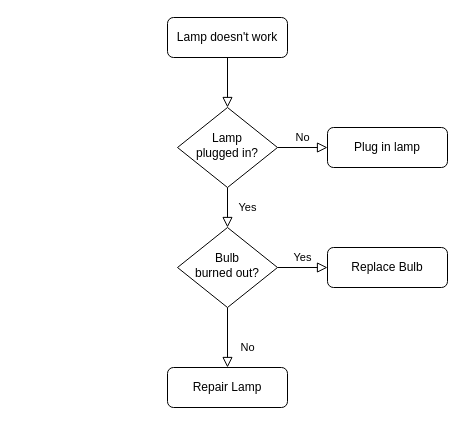
Earlier version of the draw.io diagram draft/modflood.drawio (AminSeffo/Micromouse). Source tidied: cells renumbered, new cells numbered last; positions are measured from the earlier drawing's top-left corner, leaving out a move shared by most shapes. Both pictures are drawn from the tidied source at 100%, with x=0, y=0 at pixel (167, 17).
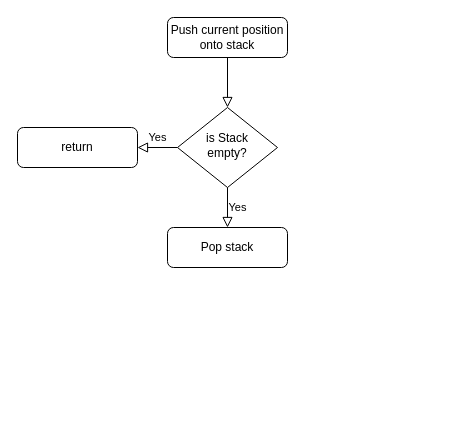
The same diagram, later.

What changed in the source:
```diff
@@
 <mxGraphModel>
   <root>
     <mxCell id="0" />
     <mxCell id="1" parent="0" />
     <mxCell id="2" style="rounded=0;html=1;jettySize=auto;fontSize=11;endArrow=block;endFill=0;endSize=8;strokeWidth=1;shadow=0;labelBackgroundColor=none;edgeStyle=orthogonalEdgeStyle;" parent="1" edge="1" source="3" target="6">
       <mxGeometry relative="1" as="geometry" />
     </mxCell>
-    <mxCell id="3" value="Lamp doesn't work" style="rounded=1;whiteSpace=wrap;html=1;fontSize=12;glass=0;strokeWidth=1;shadow=0;" parent="1" vertex="1">
+    <mxCell id="3" value="Push current position onto stack" style="rounded=1;whiteSpace=wrap;html=1;fontSize=12;glass=0;strokeWidth=1;shadow=0;" parent="1" vertex="1">
       <mxGeometry width="120" height="40" as="geometry" />
     </mxCell>
-    <mxCell id="4" value="Yes" style="rounded=0;html=1;jettySize=auto;fontSize=11;endArrow=block;endFill=0;endSize=8;strokeWidth=1;shadow=0;labelBackgroundColor=none;edgeStyle=orthogonalEdgeStyle;" parent="1" edge="1" source="6" target="10">
-      <mxGeometry y="20" relative="1" as="geometry" />
-    </mxCell>
-    <mxCell id="5" value="No" style="edgeStyle=orthogonalEdgeStyle;rounded=0;html=1;jettySize=auto;fontSize=11;endArrow=block;endFill=0;endSize=8;strokeWidth=1;shadow=0;labelBackgroundColor=none;" parent="1" edge="1" source="6" target="7">
-      <mxGeometry y="10" relative="1" as="geometry" />
+    <mxCell id="5" value="Yes" style="edgeStyle=orthogonalEdgeStyle;rounded=0;html=1;jettySize=auto;fontSize=11;endArrow=block;endFill=0;endSize=8;strokeWidth=1;shadow=0;labelBackgroundColor=none;" parent="1" edge="1" source="6" target="7">
+      <mxGeometry y="-10" relative="1" as="geometry" />
     </mxCell>
-    <mxCell id="6" value="Lamp&lt;br&gt;plugged in?" style="rhombus;whiteSpace=wrap;html=1;shadow=0;fontFamily=Helvetica;fontSize=12;align=center;strokeWidth=1;spacing=6;spacingTop=-4;" parent="1" vertex="1">
+    <mxCell id="6" value="is Stack &lt;br&gt;empty?" style="rhombus;whiteSpace=wrap;html=1;shadow=0;fontFamily=Helvetica;fontSize=12;align=center;strokeWidth=1;spacing=6;spacingTop=-4;" parent="1" vertex="1">
       <mxGeometry x="10" y="90" width="100" height="80" as="geometry" />
     </mxCell>
-    <mxCell id="7" value="Plug in lamp" style="rounded=1;whiteSpace=wrap;html=1;fontSize=12;glass=0;strokeWidth=1;shadow=0;" parent="1" vertex="1">
-      <mxGeometry x="160" y="110" width="120" height="40" as="geometry" />
+    <mxCell id="7" value="return" style="rounded=1;whiteSpace=wrap;html=1;fontSize=12;glass=0;strokeWidth=1;shadow=0;" parent="1" vertex="1">
+      <mxGeometry x="-150" y="110" width="120" height="40" as="geometry" />
     </mxCell>
-    <mxCell id="8" value="No" style="rounded=0;html=1;jettySize=auto;fontSize=11;endArrow=block;endFill=0;endSize=8;strokeWidth=1;shadow=0;labelBackgroundColor=none;edgeStyle=orthogonalEdgeStyle;" parent="1" edge="1" source="10" target="11">
-      <mxGeometry x="0.33" y="20" relative="1" as="geometry" />
-    </mxCell>
-    <mxCell id="9" value="Yes" style="edgeStyle=orthogonalEdgeStyle;rounded=0;html=1;jettySize=auto;fontSize=11;endArrow=block;endFill=0;endSize=8;strokeWidth=1;shadow=0;labelBackgroundColor=none;" parent="1" edge="1" source="10" target="12">
+    <mxCell id="9" value="Yes" style="edgeStyle=orthogonalEdgeStyle;rounded=0;html=1;jettySize=auto;fontSize=11;endArrow=block;endFill=0;endSize=8;strokeWidth=1;shadow=0;labelBackgroundColor=none;exitX=0.5;exitY=1;exitDx=0;exitDy=0;" parent="1" edge="1" source="6" target="12">
       <mxGeometry y="10" relative="1" as="geometry" />
     </mxCell>
-    <mxCell id="10" value="Bulb&lt;br&gt;burned out?" style="rhombus;whiteSpace=wrap;html=1;shadow=0;fontFamily=Helvetica;fontSize=12;align=center;strokeWidth=1;spacing=6;spacingTop=-4;" parent="1" vertex="1">
-      <mxGeometry x="10" y="210" width="100" height="80" as="geometry" />
-    </mxCell>
-    <mxCell id="11" value="Repair Lamp" style="rounded=1;whiteSpace=wrap;html=1;fontSize=12;glass=0;strokeWidth=1;shadow=0;" parent="1" vertex="1">
-      <mxGeometry y="350" width="120" height="40" as="geometry" />
-    </mxCell>
-    <mxCell id="12" value="Replace Bulb" style="rounded=1;whiteSpace=wrap;html=1;fontSize=12;glass=0;strokeWidth=1;shadow=0;" parent="1" vertex="1">
-      <mxGeometry x="160" y="230" width="120" height="40" as="geometry" />
+    <mxCell id="12" value="Pop stack" style="rounded=1;whiteSpace=wrap;html=1;fontSize=12;glass=0;strokeWidth=1;shadow=0;" parent="1" vertex="1">
+      <mxGeometry y="210" width="120" height="40" as="geometry" />
     </mxCell>
   </root>
 </mxGraphModel>
```
